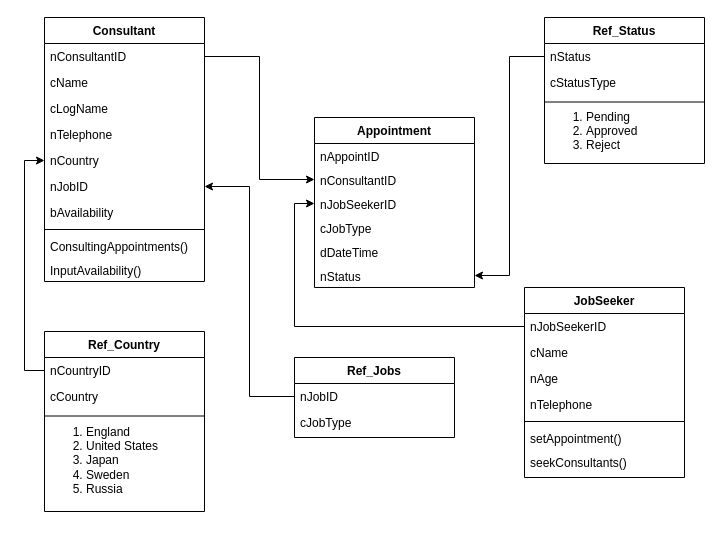
Before: Untitled Diagram.drawio in danujaysl/CourseworkADPRG, a draw.io diagram. Source tidied: cells renumbered, new cells numbered last; positions are measured from the earlier drawing's top-left corner, leaving out a move shared by most shapes. Both pictures are drawn from the tidied source at 100%, with x=0, y=0 at pixel (44, 17).
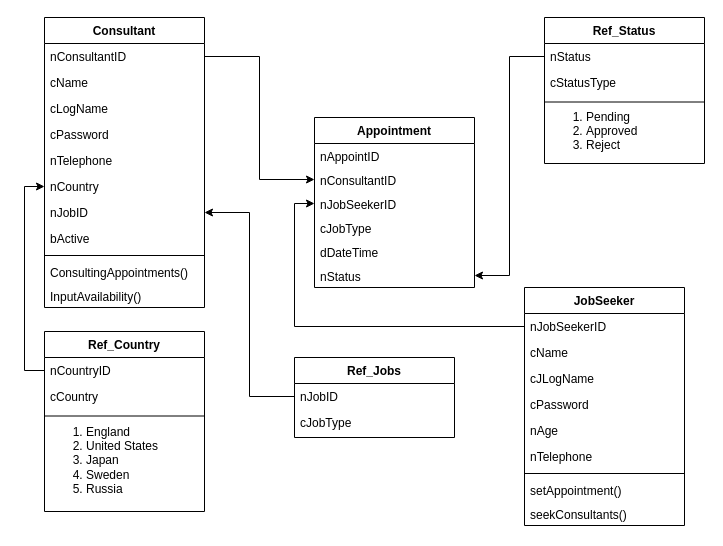
The same page after the edit.

Diff of the diagram source:
```diff
@@
     <mxCell id="2" value="Consultant&#10;" style="swimlane;fontStyle=1;align=center;verticalAlign=top;horizontal=1;startSize=26;rounded=0;shadow=0;strokeWidth=1;" parent="1" vertex="1">
-      <mxGeometry width="160" height="264" as="geometry" />
+      <mxGeometry width="160" height="290" as="geometry" />
     </mxCell>
@@
+    <mxCell id="46" value="cPassword " style="text;align=left;verticalAlign=top;spacingLeft=4;spacingRight=4;overflow=hidden;rounded=0;shadow=0;html=0;" parent="2" vertex="1">
+      <mxGeometry y="104" width="160" height="26" as="geometry" />
+    </mxCell>
     <mxCell id="6" value="nTelephone" style="text;align=left;verticalAlign=top;spacingLeft=4;spacingRight=4;overflow=hidden;rounded=0;shadow=0;html=0;" parent="2" vertex="1">
-      <mxGeometry y="104" width="160" height="26" as="geometry" />
+      <mxGeometry y="130" width="160" height="26" as="geometry" />
     </mxCell>
     <mxCell id="7" value="nCountry" style="text;align=left;verticalAlign=top;spacingLeft=4;spacingRight=4;overflow=hidden;points=[[0,0.5],[1,0.5]];portConstraint=eastwest;rounded=0;shadow=0;html=0;" parent="2" vertex="1">
-      <mxGeometry y="130" width="160" height="26" as="geometry" />
+      <mxGeometry y="156" width="160" height="26" as="geometry" />
     </mxCell>
     <mxCell id="8" value="nJobID" style="text;align=left;verticalAlign=top;spacingLeft=4;spacingRight=4;overflow=hidden;points=[[0,0.5],[1,0.5]];portConstraint=eastwest;rounded=0;shadow=0;html=0;" parent="2" vertex="1">
-      <mxGeometry y="156" width="160" height="26" as="geometry" />
+      <mxGeometry y="182" width="160" height="26" as="geometry" />
     </mxCell>
-    <mxCell id="9" value="bAvailability" style="text;align=left;verticalAlign=top;spacingLeft=4;spacingRight=4;overflow=hidden;rounded=0;shadow=0;html=0;" parent="2" vertex="1">
-      <mxGeometry y="182" width="160" height="26" as="geometry" />
+    <mxCell id="9" value="bActive" style="text;align=left;verticalAlign=top;spacingLeft=4;spacingRight=4;overflow=hidden;rounded=0;shadow=0;html=0;" parent="2" vertex="1">
+      <mxGeometry y="208" width="160" height="26" as="geometry" />
     </mxCell>
     <mxCell id="10" style="line;html=1;strokeWidth=1;align=left;verticalAlign=middle;spacingTop=-1;spacingLeft=3;spacingRight=3;labelPosition=right;" parent="2" vertex="1">
-      <mxGeometry y="208" width="160" height="8" as="geometry" />
+      <mxGeometry y="234" width="160" height="8" as="geometry" />
     </mxCell>
     <mxCell id="11" value="ConsultingAppointments()" style="text;align=left;verticalAlign=top;spacingLeft=4;spacingRight=4;overflow=hidden;" parent="2" vertex="1">
-      <mxGeometry y="216" width="160" height="24" as="geometry" />
+      <mxGeometry y="242" width="160" height="24" as="geometry" />
     </mxCell>
     <mxCell id="12" value="InputAvailability()" style="text;align=left;verticalAlign=top;spacingLeft=4;spacingRight=4;overflow=hidden;" parent="2" vertex="1">
-      <mxGeometry y="240" width="160" height="24" as="geometry" />
+      <mxGeometry y="266" width="160" height="24" as="geometry" />
     </mxCell>
     <mxCell id="13" value="JobSeeker&#10;" style="swimlane;fontStyle=1;align=center;verticalAlign=top;horizontal=1;startSize=26;rounded=0;shadow=0;strokeWidth=1;" parent="1" vertex="1">
-      <mxGeometry x="480" y="270" width="160" height="190" as="geometry" />
+      <mxGeometry x="480" y="270" width="160" height="238" as="geometry" />
     </mxCell>
@@
+    <mxCell id="47" value="cJLogName   " style="text;align=left;verticalAlign=top;spacingLeft=4;spacingRight=4;overflow=hidden;" parent="13" vertex="1">
+      <mxGeometry y="78" width="160" height="26" as="geometry" />
+    </mxCell>
+    <mxCell id="48" value="cPassword" style="text;align=left;verticalAlign=top;spacingLeft=4;spacingRight=4;overflow=hidden;" parent="13" vertex="1">
+      <mxGeometry y="104" width="160" height="26" as="geometry" />
+    </mxCell>
     <mxCell id="16" value="nAge" style="text;align=left;verticalAlign=top;spacingLeft=4;spacingRight=4;overflow=hidden;rounded=0;shadow=0;html=0;" parent="13" vertex="1">
-      <mxGeometry y="78" width="160" height="26" as="geometry" />
+      <mxGeometry y="130" width="160" height="26" as="geometry" />
     </mxCell>
     <mxCell id="17" value="nTelephone" style="text;align=left;verticalAlign=top;spacingLeft=4;spacingRight=4;overflow=hidden;rounded=0;shadow=0;html=0;" parent="13" vertex="1">
-      <mxGeometry y="104" width="160" height="26" as="geometry" />
+      <mxGeometry y="156" width="160" height="26" as="geometry" />
     </mxCell>
     <mxCell id="18" style="line;html=1;strokeWidth=1;align=left;verticalAlign=middle;spacingTop=-1;spacingLeft=3;spacingRight=3;labelPosition=right;" parent="13" vertex="1">
-      <mxGeometry y="130" width="160" height="8" as="geometry" />
+      <mxGeometry y="182" width="160" height="8" as="geometry" />
     </mxCell>
     <mxCell id="19" value="setAppointment()" style="text;align=left;verticalAlign=top;spacingLeft=4;spacingRight=4;overflow=hidden;" parent="13" vertex="1">
-      <mxGeometry y="138" width="160" height="24" as="geometry" />
+      <mxGeometry y="190" width="160" height="24" as="geometry" />
     </mxCell>
     <mxCell id="20" value="seekConsultants()" style="text;align=left;verticalAlign=top;spacingLeft=4;spacingRight=4;overflow=hidden;" parent="13" vertex="1">
-      <mxGeometry y="162" width="160" height="24" as="geometry" />
+      <mxGeometry y="214" width="160" height="24" as="geometry" />
     </mxCell>
```
